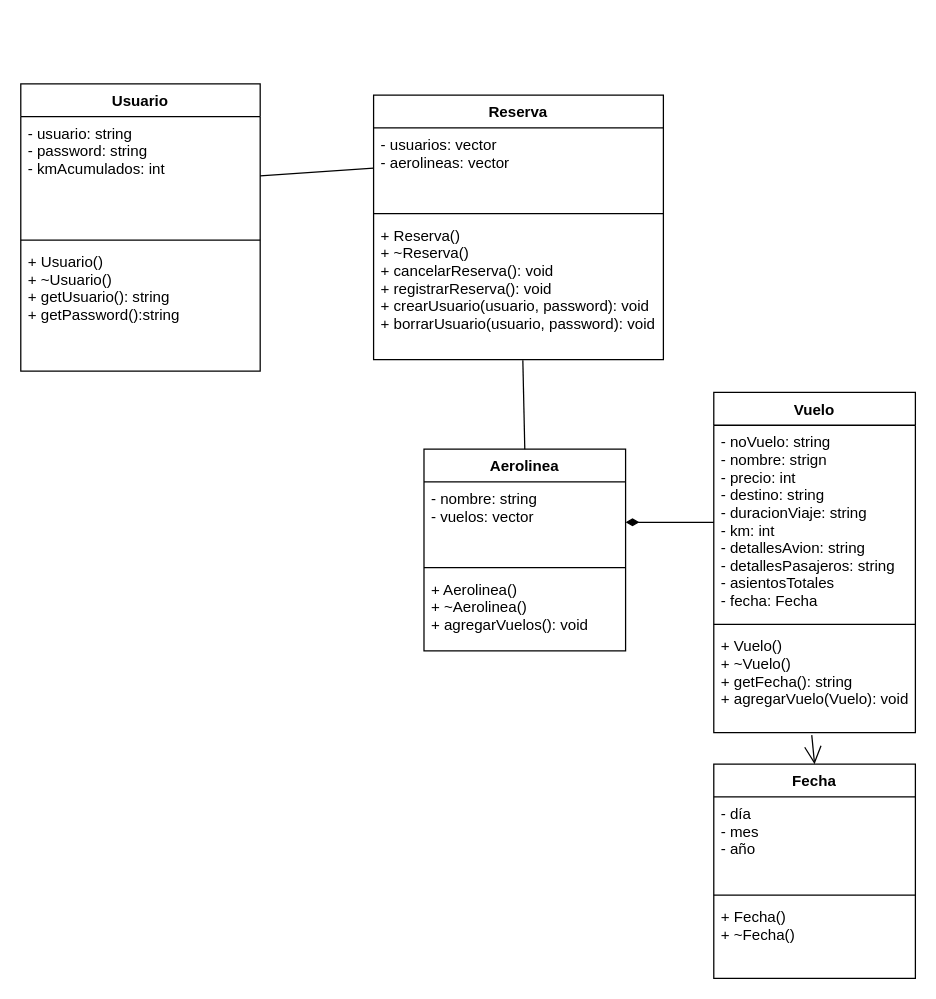
This is Proyecto/diagrama.drawio from AlexaBF/OOP, a draw.io file, before an edit. Source tidied: cells renumbered, new cells numbered last; positions are measured from the earlier drawing's top-left corner, leaving out a move shared by most shapes. Both pictures are drawn from the tidied source at 126%, with x=0, y=0 at pixel (20, 83).
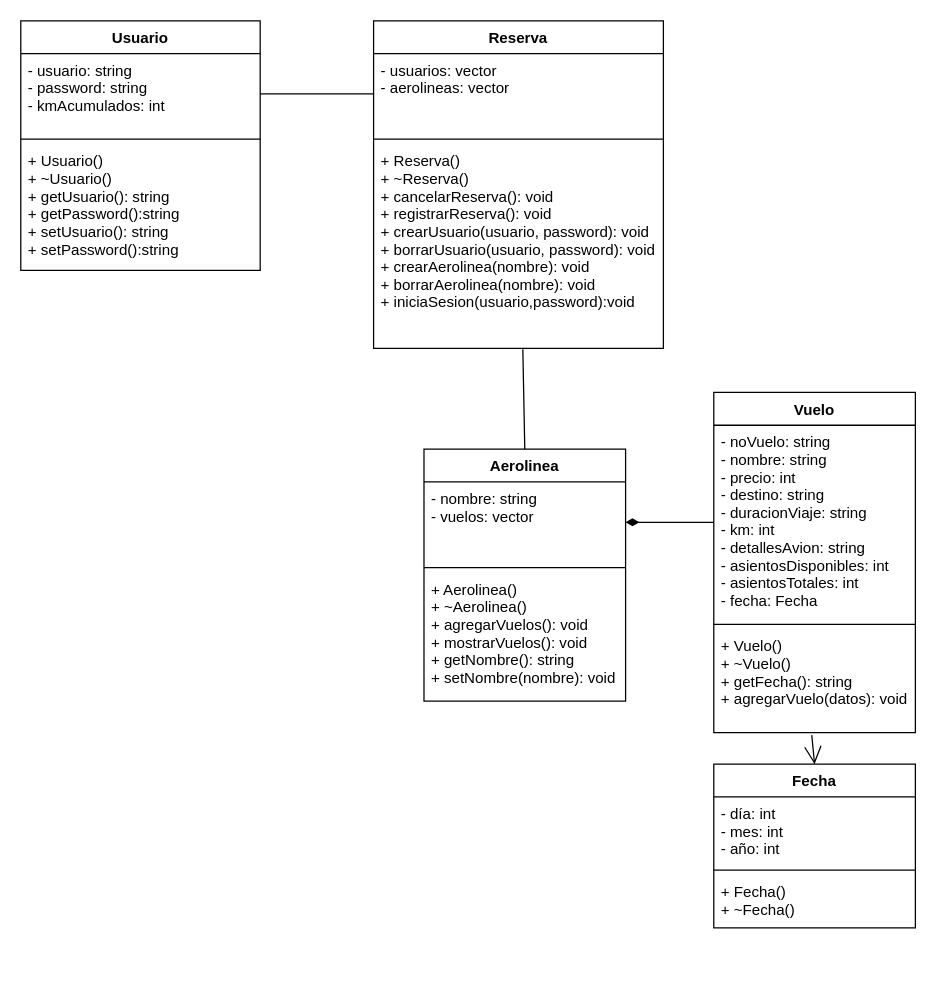
The same page after the edit.

Unchanged cells that the change refers to:
```xml
<mxCell id="10" value="Vuelo" style="swimlane;fontStyle=1;align=center;verticalAlign=top;horizontal=1;startSize=26;" parent="1" vertex="1">
  <mxGeometry x="550" y="245" width="160" height="270" as="geometry" />
</mxCell>
```

What changed in the source:
```diff
@@
     <mxCell id="2" value="Usuario" style="swimlane;fontStyle=1;align=center;verticalAlign=top;horizontal=1;startSize=26;" parent="1" vertex="1">
-      <mxGeometry width="190" height="228" as="geometry" />
+      <mxGeometry y="-50" width="190" height="198" as="geometry" />
     </mxCell>
     <mxCell id="3" value="- usuario: string&#10;- password: string&#10;- kmAcumulados: int" style="text;strokeColor=none;fillColor=none;align=left;verticalAlign=top;spacingLeft=4;spacingRight=4;overflow=hidden;points=[[0,0.5],[1,0.5]];portConstraint=eastwest;" parent="2" vertex="1">
-      <mxGeometry y="26" width="190" height="94" as="geometry" />
+      <mxGeometry y="26" width="190" height="64" as="geometry" />
     </mxCell>
     <mxCell id="4" style="line;strokeWidth=1;fillColor=none;align=left;verticalAlign=middle;spacingTop=-1;spacingLeft=3;spacingRight=3;labelPosition=right;strokeColor=inherit;" parent="2" vertex="1">
-      <mxGeometry y="120" width="190" height="8" as="geometry" />
+      <mxGeometry y="90" width="190" height="8" as="geometry" />
     </mxCell>
-    <mxCell id="5" value="+ Usuario()&#10;+ ~Usuario()&#10;+ getUsuario(): string&#10;+ getPassword():string" style="text;strokeColor=none;fillColor=none;align=left;verticalAlign=top;spacingLeft=4;spacingRight=4;overflow=hidden;" parent="2" vertex="1">
-      <mxGeometry y="128" width="190" height="100" as="geometry" />
+    <mxCell id="5" value="+ Usuario()&#10;+ ~Usuario()&#10;+ getUsuario(): string&#10;+ getPassword():string&#10;+ setUsuario(): string&#10;+ setPassword():string" style="text;strokeColor=none;fillColor=none;align=left;verticalAlign=top;spacingLeft=4;spacingRight=4;overflow=hidden;" parent="2" vertex="1">
+      <mxGeometry y="98" width="190" height="100" as="geometry" />
     </mxCell>
     <mxCell id="6" value="Aerolinea" style="swimlane;fontStyle=1;align=center;verticalAlign=top;horizontal=1;startSize=26;" parent="1" vertex="1">
-      <mxGeometry x="320" y="290" width="160" height="160" as="geometry" />
+      <mxGeometry x="320" y="290" width="160" height="200" as="geometry" />
     </mxCell>
@@
-    <mxCell id="9" value="+ Aerolinea()&#10;+ ~Aerolinea()&#10;+ agregarVuelos(): void" style="text;strokeColor=none;fillColor=none;align=left;verticalAlign=top;spacingLeft=4;spacingRight=4;overflow=hidden;" parent="6" vertex="1">
-      <mxGeometry y="98" width="160" height="62" as="geometry" />
+    <mxCell id="9" value="+ Aerolinea()&#10;+ ~Aerolinea()&#10;+ agregarVuelos(): void&#10;+ mostrarVuelos(): void&#10;+ getNombre(): string&#10;+ setNombre(nombre): void" style="text;strokeColor=none;fillColor=none;align=left;verticalAlign=top;spacingLeft=4;spacingRight=4;overflow=hidden;" parent="6" vertex="1">
+      <mxGeometry y="98" width="160" height="102" as="geometry" />
     </mxCell>
@@
-    <mxCell id="11" value="- noVuelo: string&#10;- nombre: strign&#10;- precio: int&#10;- destino: string&#10;- duracionViaje: string&#10;- km: int&#10;- detallesAvion: string&#10;- detallesPasajeros: string&#10;- asientosTotales&#10;- fecha: Fecha" style="text;strokeColor=none;fillColor=none;align=left;verticalAlign=top;spacingLeft=4;spacingRight=4;overflow=hidden;points=[[0,0.5],[1,0.5]];portConstraint=eastwest;" parent="10" vertex="1">
+    <mxCell id="11" value="- noVuelo: string&#10;- nombre: string&#10;- precio: int&#10;- destino: string&#10;- duracionViaje: string&#10;- km: int&#10;- detallesAvion: string&#10;- asientosDisponibles: int&#10;- asientosTotales: int&#10;- fecha: Fecha" style="text;strokeColor=none;fillColor=none;align=left;verticalAlign=top;spacingLeft=4;spacingRight=4;overflow=hidden;points=[[0,0.5],[1,0.5]];portConstraint=eastwest;" parent="10" vertex="1">
       <mxGeometry y="26" width="160" height="154" as="geometry" />
     </mxCell>
@@
-    <mxCell id="13" value="+ Vuelo()&#10;+ ~Vuelo()&#10;+ getFecha(): string&#10;+ agregarVuelo(Vuelo): void" style="text;strokeColor=none;fillColor=none;align=left;verticalAlign=top;spacingLeft=4;spacingRight=4;overflow=hidden;points=[[0,0.5],[1,0.5]];portConstraint=eastwest;" parent="10" vertex="1">
+    <mxCell id="13" value="+ Vuelo()&#10;+ ~Vuelo()&#10;+ getFecha(): string&#10;+ agregarVuelo(datos): void" style="text;strokeColor=none;fillColor=none;align=left;verticalAlign=top;spacingLeft=4;spacingRight=4;overflow=hidden;points=[[0,0.5],[1,0.5]];portConstraint=eastwest;" parent="10" vertex="1">
       <mxGeometry y="188" width="160" height="82" as="geometry" />
     </mxCell>
     <mxCell id="14" value="Reserva" style="swimlane;fontStyle=1;align=center;verticalAlign=top;horizontal=1;startSize=26;" parent="1" vertex="1">
-      <mxGeometry x="280" y="9" width="230" height="210" as="geometry" />
+      <mxGeometry x="280" y="-50" width="230" height="260" as="geometry" />
     </mxCell>
@@
-    <mxCell id="17" value="+ Reserva()&#10;+ ~Reserva()&#10;+ cancelarReserva(): void&#10;+ registrarReserva(): void&#10;+ crearUsuario(usuario, password): void&#10;+ borrarUsuario(usuario, password): void" style="text;strokeColor=none;fillColor=none;align=left;verticalAlign=top;spacingLeft=4;spacingRight=4;overflow=hidden;points=[[0,0.5],[1,0.5]];portConstraint=eastwest;" parent="14" vertex="1">
-      <mxGeometry y="98" width="230" height="112" as="geometry" />
+    <mxCell id="17" value="+ Reserva()&#10;+ ~Reserva()&#10;+ cancelarReserva(): void&#10;+ registrarReserva(): void&#10;+ crearUsuario(usuario, password): void&#10;+ borrarUsuario(usuario, password): void&#10;+ crearAerolinea(nombre): void&#10;+ borrarAerolinea(nombre): void&#10;+ iniciaSesion(usuario,password):void" style="text;strokeColor=none;fillColor=none;align=left;verticalAlign=top;spacingLeft=4;spacingRight=4;overflow=hidden;points=[[0,0.5],[1,0.5]];portConstraint=eastwest;" parent="14" vertex="1">
+      <mxGeometry y="98" width="230" height="162" as="geometry" />
     </mxCell>
@@
     <mxCell id="21" value="Fecha" style="swimlane;fontStyle=1;align=center;verticalAlign=top;horizontal=1;startSize=26;" parent="1" vertex="1">
-      <mxGeometry x="550" y="540" width="160" height="170" as="geometry" />
+      <mxGeometry x="550" y="540" width="160" height="130" as="geometry" />
     </mxCell>
-    <mxCell id="22" value="- día&#10;- mes&#10;- año" style="text;strokeColor=none;fillColor=none;align=left;verticalAlign=top;spacingLeft=4;spacingRight=4;overflow=hidden;" parent="21" vertex="1">
-      <mxGeometry y="26" width="160" height="74" as="geometry" />
+    <mxCell id="22" value="- día: int&#10;- mes: int&#10;- año: int" style="text;strokeColor=none;fillColor=none;align=left;verticalAlign=top;spacingLeft=4;spacingRight=4;overflow=hidden;" parent="21" vertex="1">
+      <mxGeometry y="26" width="160" height="54" as="geometry" />
     </mxCell>
     <mxCell id="23" style="line;strokeWidth=1;fillColor=none;align=left;verticalAlign=middle;spacingTop=-1;spacingLeft=3;spacingRight=3;labelPosition=right;strokeColor=inherit;" parent="21" vertex="1">
-      <mxGeometry y="100" width="160" height="8" as="geometry" />
+      <mxGeometry y="80" width="160" height="8" as="geometry" />
     </mxCell>
     <mxCell id="24" value="+ Fecha()&#10;+ ~Fecha()&#10;" style="text;strokeColor=none;fillColor=none;align=left;verticalAlign=top;spacingLeft=4;spacingRight=4;overflow=hidden;" parent="21" vertex="1">
-      <mxGeometry y="108" width="160" height="62" as="geometry" />
+      <mxGeometry y="88" width="160" height="42" as="geometry" />
     </mxCell>
```
